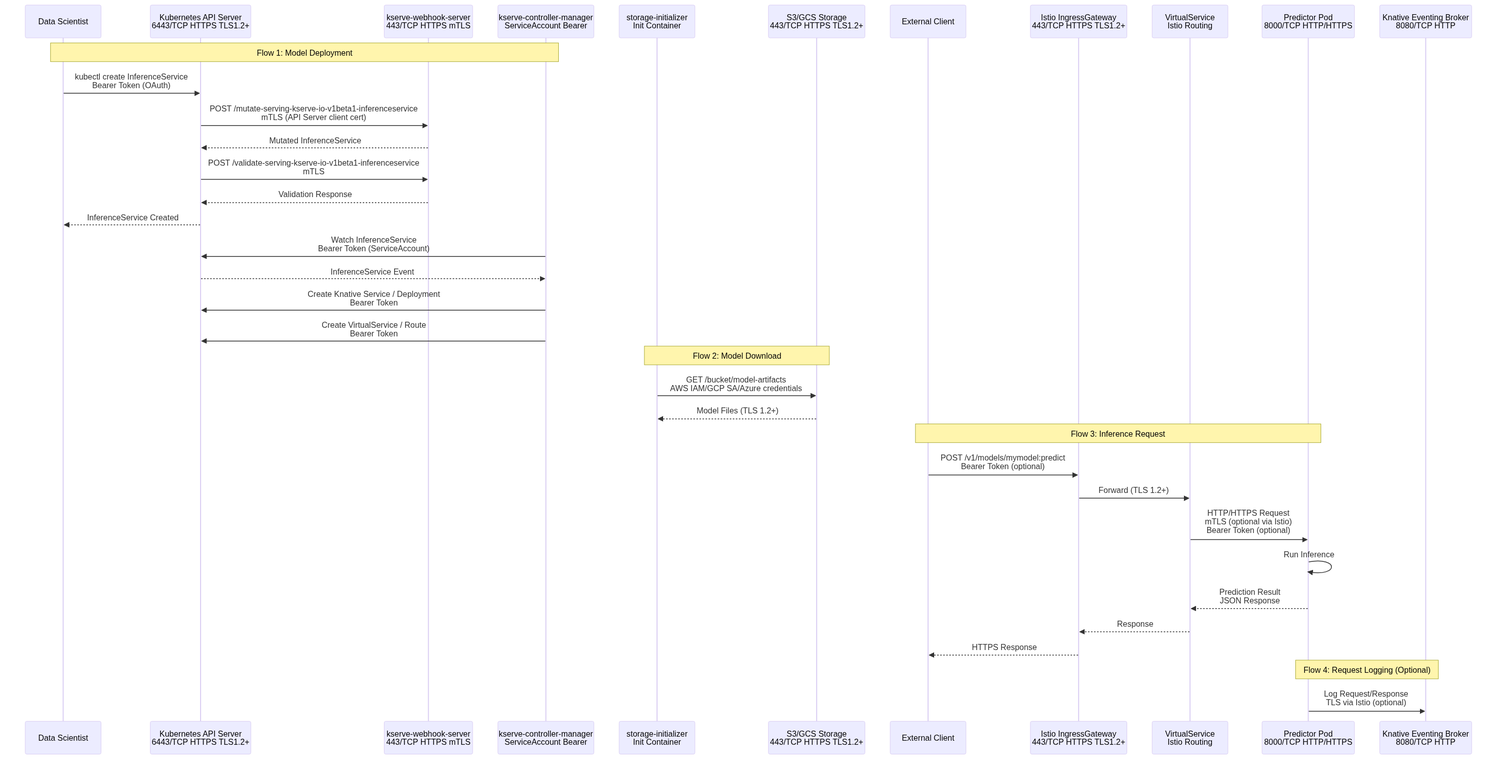
Above: architecture/rhoai-3.3.0/diagrams/kserve-dataflow.png in rhuss/architecture-context (Mermaid), before the change. Its source is kept beside it as architecture/rhoai-3.3.0/diagrams/kserve-dataflow.mmd. The source it was exported from:
```mermaid
sequenceDiagram
    participant User as Data Scientist
    participant K8sAPI as Kubernetes API Server<br/>6443/TCP HTTPS TLS1.2+
    participant Webhook as kserve-webhook-server<br/>443/TCP HTTPS mTLS
    participant Controller as kserve-controller-manager<br/>ServiceAccount Bearer
    participant Init as storage-initializer<br/>Init Container
    participant S3 as S3/GCS Storage<br/>443/TCP HTTPS TLS1.2+
    participant Client as External Client
    participant Gateway as Istio IngressGateway<br/>443/TCP HTTPS TLS1.2+
    participant VirtualService as VirtualService<br/>Istio Routing
    participant Predictor as Predictor Pod<br/>8000/TCP HTTP/HTTPS
    participant Broker as Knative Eventing Broker<br/>8080/TCP HTTP

    Note over User,Controller: Flow 1: Model Deployment
    User->>K8sAPI: kubectl create InferenceService<br/>Bearer Token (OAuth)
    K8sAPI->>Webhook: POST /mutate-serving-kserve-io-v1beta1-inferenceservice<br/>mTLS (API Server client cert)
    Webhook-->>K8sAPI: Mutated InferenceService
    K8sAPI->>Webhook: POST /validate-serving-kserve-io-v1beta1-inferenceservice<br/>mTLS
    Webhook-->>K8sAPI: Validation Response
    K8sAPI-->>User: InferenceService Created

    Controller->>K8sAPI: Watch InferenceService<br/>Bearer Token (ServiceAccount)
    K8sAPI-->>Controller: InferenceService Event

    Controller->>K8sAPI: Create Knative Service / Deployment<br/>Bearer Token
    Controller->>K8sAPI: Create VirtualService / Route<br/>Bearer Token

    Note over Init,S3: Flow 2: Model Download
    Init->>S3: GET /bucket/model-artifacts<br/>AWS IAM/GCP SA/Azure credentials
    S3-->>Init: Model Files (TLS 1.2+)

    Note over Client,Predictor: Flow 3: Inference Request
    Client->>Gateway: POST /v1/models/mymodel:predict<br/>Bearer Token (optional)
    Gateway->>VirtualService: Forward (TLS 1.2+)
    VirtualService->>Predictor: HTTP/HTTPS Request<br/>mTLS (optional via Istio)<br/>Bearer Token (optional)
    Predictor->>Predictor: Run Inference
    Predictor-->>VirtualService: Prediction Result<br/>JSON Response
    VirtualService-->>Gateway: Response
    Gateway-->>Client: HTTPS Response

    Note over Predictor,Broker: Flow 4: Request Logging (Optional)
    Predictor->>Broker: Log Request/Response<br/>TLS via Istio (optional)
```
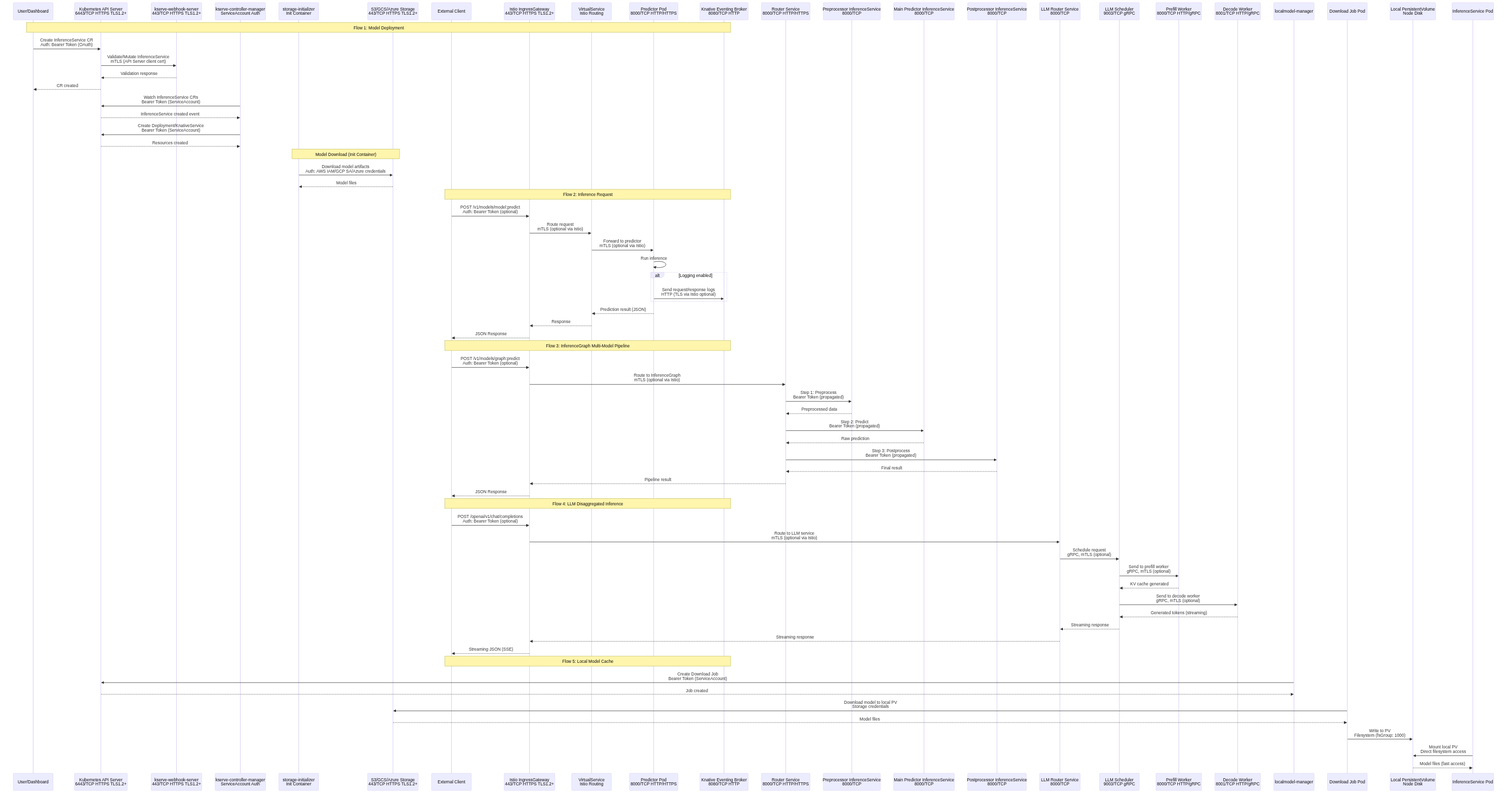
Above is the later version.

Change to the diagram source:
```diff
@@ -1,42 +1,105 @@
 sequenceDiagram
-    participant User as Data Scientist
-    participant K8sAPI as Kubernetes API Server<br/>6443/TCP HTTPS TLS1.2+
-    participant Webhook as kserve-webhook-server<br/>443/TCP HTTPS mTLS
-    participant Controller as kserve-controller-manager<br/>ServiceAccount Bearer
-    participant Init as storage-initializer<br/>Init Container
-    participant S3 as S3/GCS Storage<br/>443/TCP HTTPS TLS1.2+
+    participant User as User/Dashboard
+    participant APIServer as Kubernetes API Server<br/>6443/TCP HTTPS TLS1.2+
+    participant Webhook as kserve-webhook-server<br/>443/TCP HTTPS TLS1.2+
+    participant Controller as kserve-controller-manager<br/>ServiceAccount Auth
+    participant StorageInit as storage-initializer<br/>Init Container
+    participant S3 as S3/GCS/Azure Storage<br/>443/TCP HTTPS TLS1.2+
     participant Client as External Client
     participant Gateway as Istio IngressGateway<br/>443/TCP HTTPS TLS1.2+
     participant VirtualService as VirtualService<br/>Istio Routing
     participant Predictor as Predictor Pod<br/>8000/TCP HTTP/HTTPS
-    participant Broker as Knative Eventing Broker<br/>8080/TCP HTTP
+    participant Eventing as Knative Eventing Broker<br/>8080/TCP HTTP
 
-    Note over User,Controller: Flow 1: Model Deployment
-    User->>K8sAPI: kubectl create InferenceService<br/>Bearer Token (OAuth)
-    K8sAPI->>Webhook: POST /mutate-serving-kserve-io-v1beta1-inferenceservice<br/>mTLS (API Server client cert)
-    Webhook-->>K8sAPI: Mutated InferenceService
-    K8sAPI->>Webhook: POST /validate-serving-kserve-io-v1beta1-inferenceservice<br/>mTLS
-    Webhook-->>K8sAPI: Validation Response
-    K8sAPI-->>User: InferenceService Created
+    Note over User,Eventing: Flow 1: Model Deployment
 
-    Controller->>K8sAPI: Watch InferenceService<br/>Bearer Token (ServiceAccount)
-    K8sAPI-->>Controller: InferenceService Event
+    User->>APIServer: Create InferenceService CR<br/>Auth: Bearer Token (OAuth)
+    APIServer->>Webhook: Validate/Mutate InferenceService<br/>mTLS (API Server client cert)
+    Webhook-->>APIServer: Validation response
+    APIServer-->>User: CR created
 
-    Controller->>K8sAPI: Create Knative Service / Deployment<br/>Bearer Token
-    Controller->>K8sAPI: Create VirtualService / Route<br/>Bearer Token
+    Controller->>APIServer: Watch InferenceService CRs<br/>Bearer Token (ServiceAccount)
+    APIServer-->>Controller: InferenceService created event
 
-    Note over Init,S3: Flow 2: Model Download
-    Init->>S3: GET /bucket/model-artifacts<br/>AWS IAM/GCP SA/Azure credentials
-    S3-->>Init: Model Files (TLS 1.2+)
+    Controller->>APIServer: Create Deployment/KnativeService<br/>Bearer Token (ServiceAccount)
+    APIServer-->>Controller: Resources created
 
-    Note over Client,Predictor: Flow 3: Inference Request
-    Client->>Gateway: POST /v1/models/mymodel:predict<br/>Bearer Token (optional)
-    Gateway->>VirtualService: Forward (TLS 1.2+)
-    VirtualService->>Predictor: HTTP/HTTPS Request<br/>mTLS (optional via Istio)<br/>Bearer Token (optional)
-    Predictor->>Predictor: Run Inference
-    Predictor-->>VirtualService: Prediction Result<br/>JSON Response
+    Note over StorageInit,S3: Model Download (Init Container)
+
+    StorageInit->>S3: Download model artifacts<br/>Auth: AWS IAM/GCP SA/Azure credentials
+    S3-->>StorageInit: Model files
+
+    Note over Client,Eventing: Flow 2: Inference Request
+
+    Client->>Gateway: POST /v1/models/model:predict<br/>Auth: Bearer Token (optional)
+    Gateway->>VirtualService: Route request<br/>mTLS (optional via Istio)
+    VirtualService->>Predictor: Forward to predictor<br/>mTLS (optional via Istio)
+    Predictor->>Predictor: Run inference
+
+    alt Logging enabled
+        Predictor->>Eventing: Send request/response logs<br/>HTTP (TLS via Istio optional)
+    end
+
+    Predictor-->>VirtualService: Prediction result (JSON)
     VirtualService-->>Gateway: Response
-    Gateway-->>Client: HTTPS Response
+    Gateway-->>Client: JSON Response
 
-    Note over Predictor,Broker: Flow 4: Request Logging (Optional)
-    Predictor->>Broker: Log Request/Response<br/>TLS via Istio (optional)
+    Note over Client,Eventing: Flow 3: InferenceGraph Multi-Model Pipeline
+
+    participant Router as Router Service<br/>8000/TCP HTTP/HTTPS
+    participant Preprocessor as Preprocessor InferenceService<br/>8000/TCP
+    participant MainPredictor as Main Predictor InferenceService<br/>8000/TCP
+    participant Postprocessor as Postprocessor InferenceService<br/>8000/TCP
+
+    Client->>Gateway: POST /v1/models/graph:predict<br/>Auth: Bearer Token (optional)
+    Gateway->>Router: Route to InferenceGraph<br/>mTLS (optional via Istio)
+
+    Router->>Preprocessor: Step 1: Preprocess<br/>Bearer Token (propagated)
+    Preprocessor-->>Router: Preprocessed data
+
+    Router->>MainPredictor: Step 2: Predict<br/>Bearer Token (propagated)
+    MainPredictor-->>Router: Raw prediction
+
+    Router->>Postprocessor: Step 3: Postprocess<br/>Bearer Token (propagated)
+    Postprocessor-->>Router: Final result
+
+    Router-->>Gateway: Pipeline result
+    Gateway-->>Client: JSON Response
+
+    Note over Client,Eventing: Flow 4: LLM Disaggregated Inference
+
+    participant LLMRouter as LLM Router Service<br/>8000/TCP
+    participant Scheduler as LLM Scheduler<br/>9003/TCP gRPC
+    participant PrefillWorker as Prefill Worker<br/>8000/TCP HTTP/gRPC
+    participant DecodeWorker as Decode Worker<br/>8001/TCP HTTP/gRPC
+
+    Client->>Gateway: POST /openai/v1/chat/completions<br/>Auth: Bearer Token (optional)
+    Gateway->>LLMRouter: Route to LLM service<br/>mTLS (optional via Istio)
+    LLMRouter->>Scheduler: Schedule request<br/>gRPC, mTLS (optional)
+
+    Scheduler->>PrefillWorker: Send to prefill worker<br/>gRPC, mTLS (optional)
+    PrefillWorker-->>Scheduler: KV cache generated
+
+    Scheduler->>DecodeWorker: Send to decode worker<br/>gRPC, mTLS (optional)
+    DecodeWorker-->>Scheduler: Generated tokens (streaming)
+
+    Scheduler-->>LLMRouter: Streaming response
+    LLMRouter-->>Gateway: Streaming response
+    Gateway-->>Client: Streaming JSON (SSE)
+
+    Note over Client,Eventing: Flow 5: Local Model Cache
+
+    participant LocalModelMgr as localmodel-manager
+    participant DownloadJob as Download Job Pod
+    participant LocalPV as Local PersistentVolume<br/>Node Disk
+    participant InferencePod as InferenceService Pod
+
+    LocalModelMgr->>APIServer: Create Download Job<br/>Bearer Token (ServiceAccount)
+    APIServer-->>LocalModelMgr: Job created
+
+    DownloadJob->>S3: Download model to local PV<br/>Storage credentials
+    S3-->>DownloadJob: Model files
+    DownloadJob->>LocalPV: Write to PV<br/>Filesystem (fsGroup: 1000)
+
+    InferencePod->>LocalPV: Mount local PV<br/>Direct filesystem access
+    LocalPV-->>InferencePod: Model files (fast access)
```
